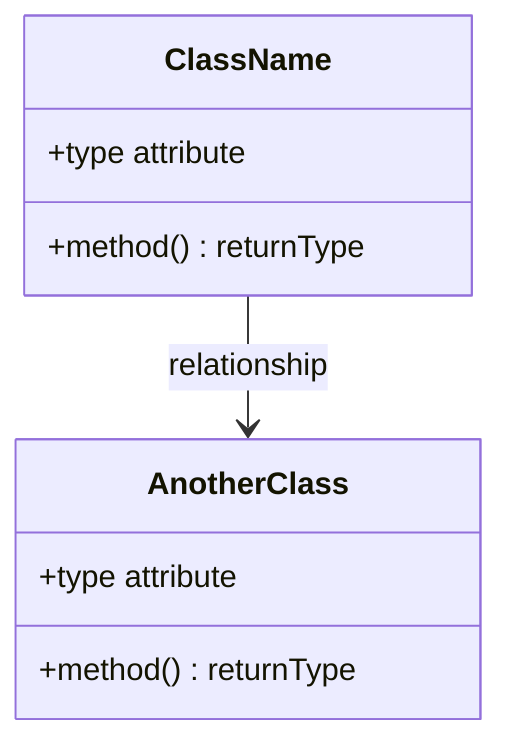
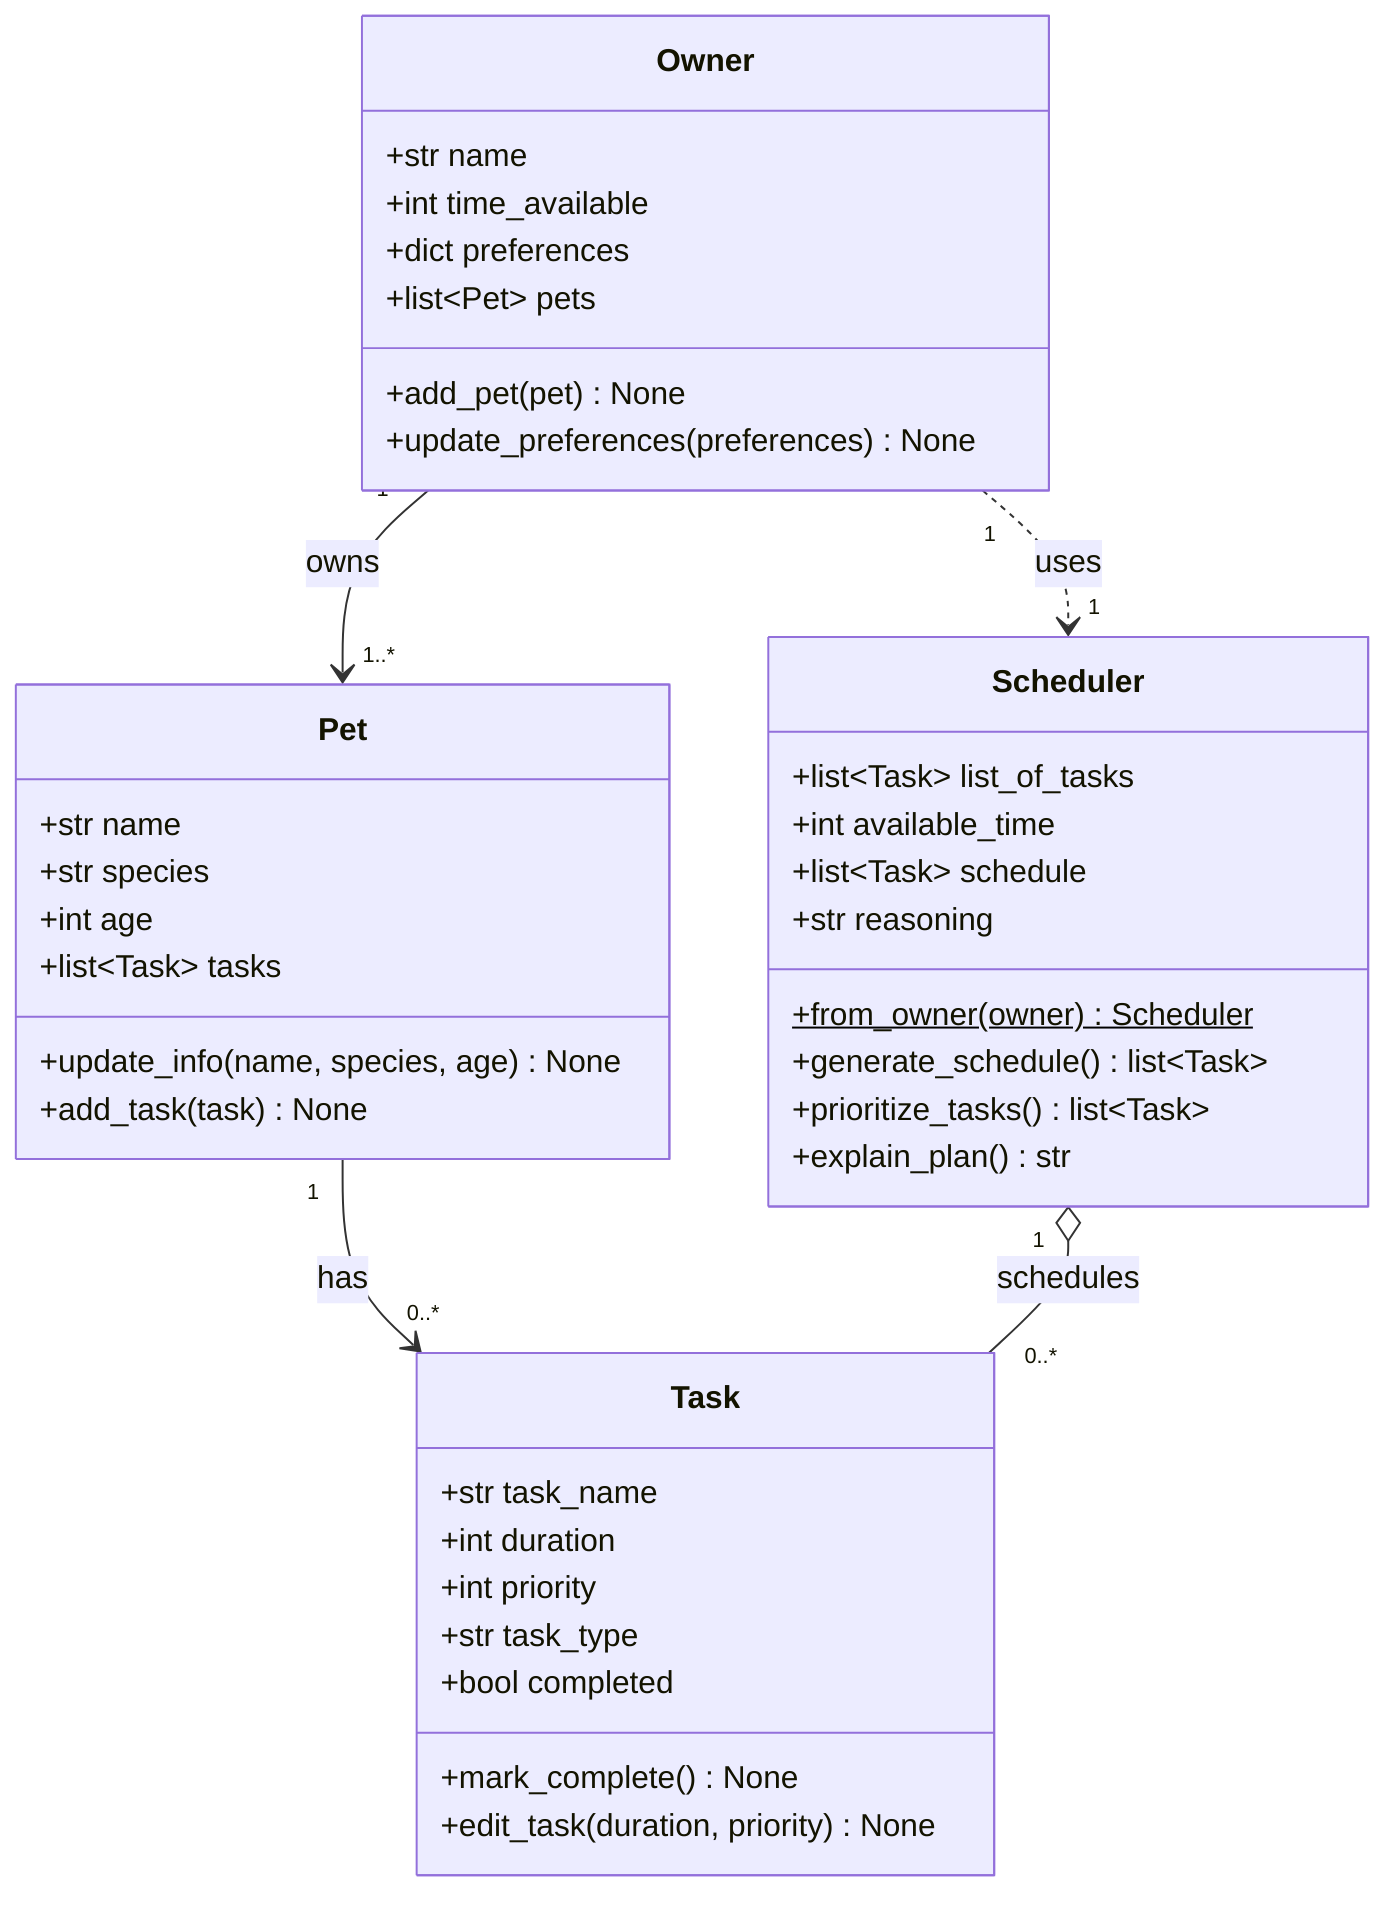
classDiagram
-     %% Replace the placeholders below with your actual classes, attributes, methods, and relationships.
+     %% PawPal+ — daily pet care planning assistant
    %% Keep this file updated so it matches your final implementation.

-     class ClassName {
-         +type attribute
-         +method() returnType
+     class Owner {
+         +str name
+         +int time_available
+         +dict preferences
+         +list~Pet~ pets
+         +add_pet(pet) None
+         +update_preferences(preferences) None
    }

-     class AnotherClass {
-         +type attribute
-         +method() returnType
+     class Pet {
+         +str name
+         +str species
+         +int age
+         +list~Task~ tasks
+         +update_info(name, species, age) None
+         +add_task(task) None
    }

-     ClassName --> AnotherClass : relationship
+     class Task {
+         +str task_name
+         +int duration
+         +int priority
+         +str task_type
+         +bool completed
+         +mark_complete() None
+         +edit_task(duration, priority) None
+     }
+ 
+     class Scheduler {
+         +list~Task~ list_of_tasks
+         +int available_time
+         +list~Task~ schedule
+         +str reasoning
+         +from_owner(owner) Scheduler$
+         +generate_schedule() list~Task~
+         +prioritize_tasks() list~Task~
+         +explain_plan() str
+     }
+ 
+     Owner "1" --> "1..*" Pet : owns
+     Pet "1" --> "0..*" Task : has
+     Scheduler "1" o-- "0..*" Task : schedules
+     Owner "1" ..> "1" Scheduler : uses
